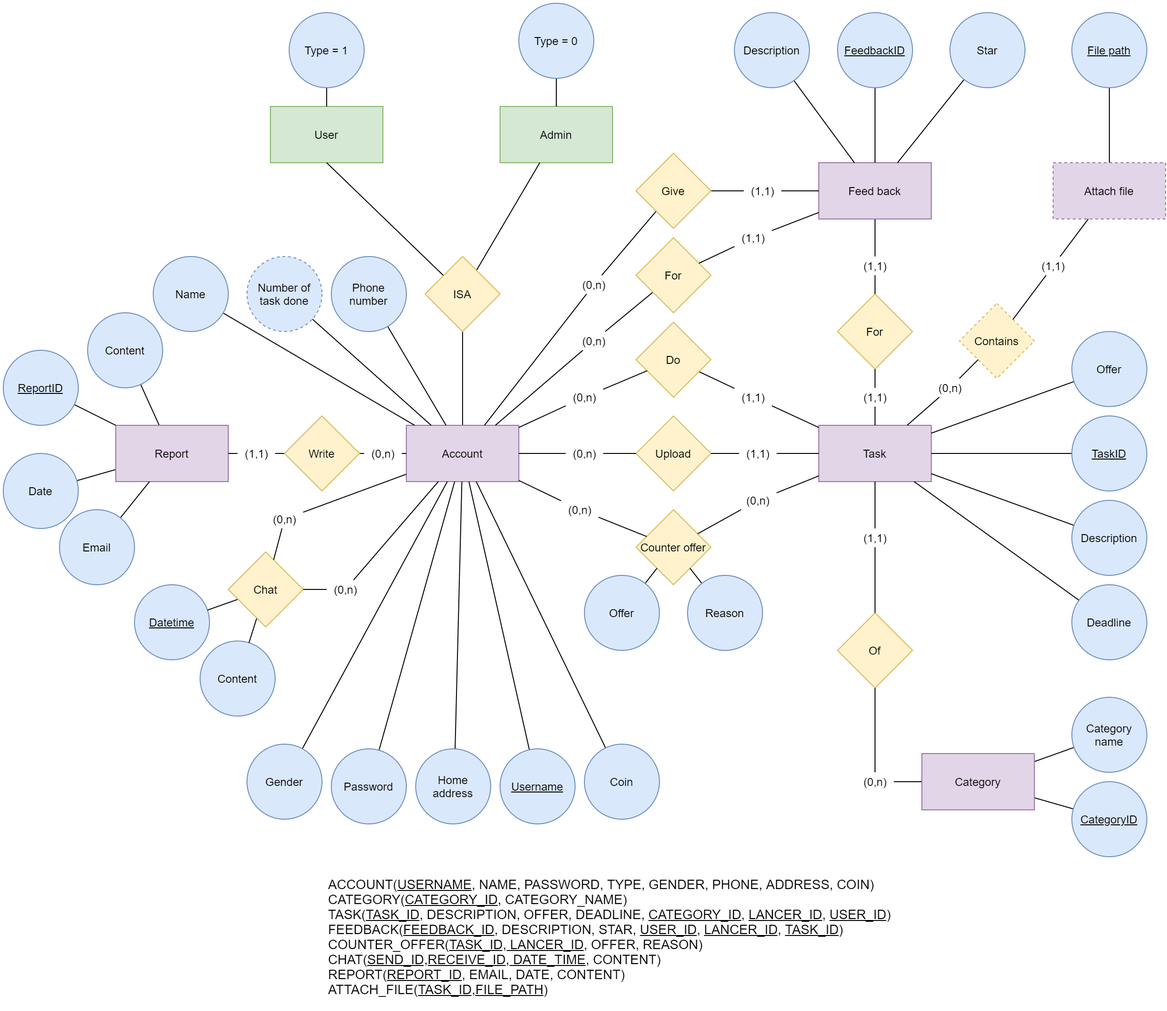
Before: docs/analysis and design/ERD.png, a diagram exported from draw.io (phuc16102001/beekey). Source tidied: cells renumbered, new cells last; positions are measured from the earlier drawing's top-left corner, leaving out a move shared by most shapes.
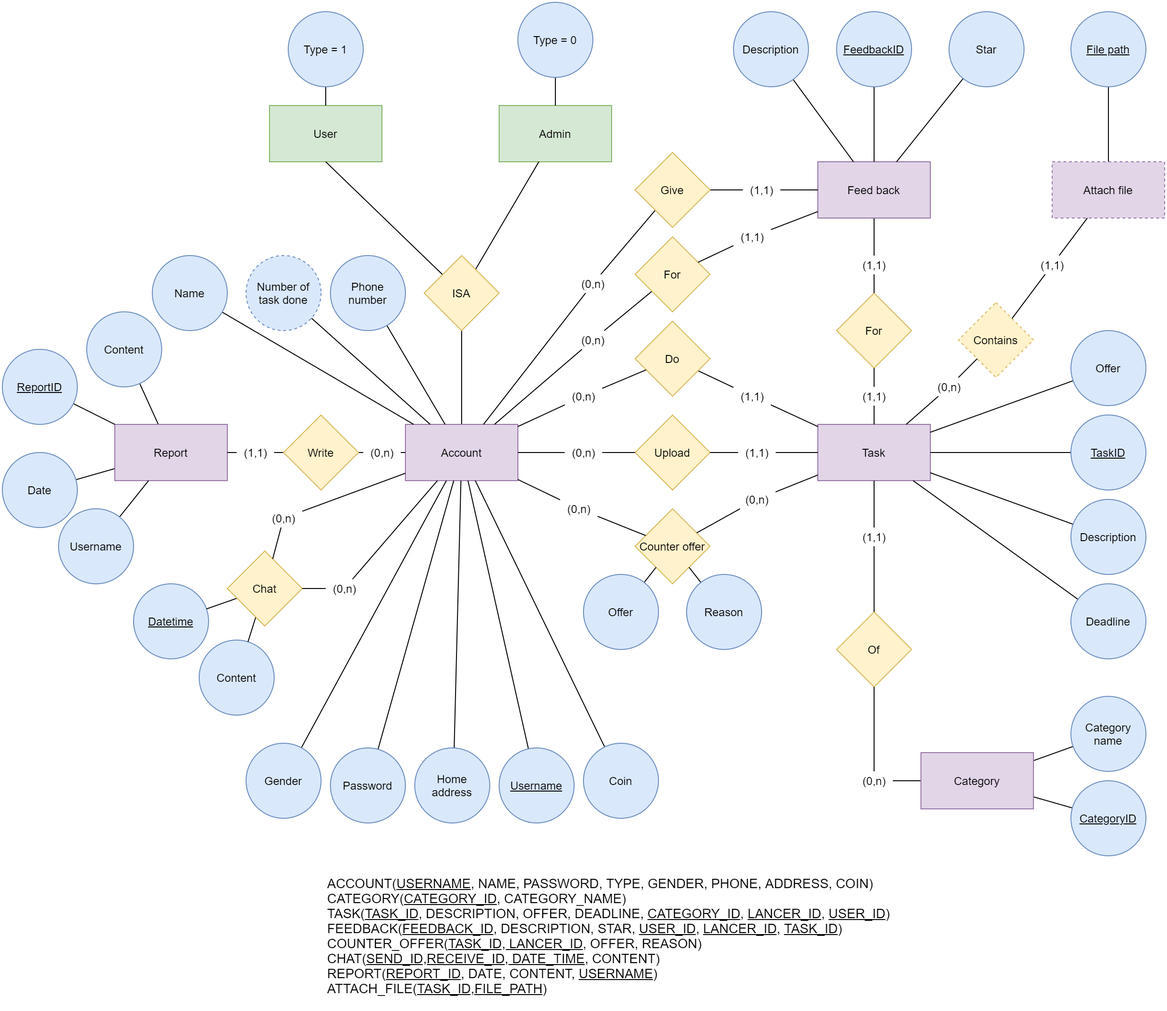
After the commit.

Commit message:
Change field of report database: email->username

What changed in the source:
```diff
@@ -215,7 +215,7 @@
     <mxCell id="72" value="Number of task done" style="ellipse;whiteSpace=wrap;html=1;fillColor=#dae8fc;strokeColor=#6c8ebf;dashed=1;" parent="1" vertex="1">
       <mxGeometry x="260" y="270" width="80" height="80" as="geometry" />
     </mxCell>
-    <mxCell id="73" value="&lt;p style=&quot;font-size: 14px&quot;&gt;&lt;font style=&quot;font-size: 14px&quot;&gt;ACCOUNT(&lt;u&gt;USERNAME&lt;/u&gt;, NAME, PASSWORD, TYPE, GENDER, PHONE, ADDRESS, COIN)&lt;br&gt;&lt;/font&gt;&lt;font style=&quot;font-size: 14px&quot;&gt;CATEGORY(&lt;u&gt;CATEGORY_ID&lt;/u&gt;, CATEGORY_NAME)&lt;br&gt;&lt;/font&gt;&lt;font style=&quot;font-size: 14px&quot;&gt;TASK(&lt;u&gt;TASK_ID&lt;/u&gt;, DESCRIPTION, OFFER, DEADLINE, &lt;u&gt;CATEGORY_ID&lt;/u&gt;, &lt;u&gt;LANCER_ID&lt;/u&gt;, &lt;u&gt;USER_ID&lt;/u&gt;)&lt;br&gt;&lt;/font&gt;&lt;font style=&quot;font-size: 14px&quot;&gt;FEEDBACK(&lt;u&gt;FEEDBACK_ID&lt;/u&gt;, DESCRIPTION, STAR, &lt;u&gt;USER_ID&lt;/u&gt;, &lt;u&gt;LANCER_ID,&lt;/u&gt; &lt;u&gt;TASK_ID&lt;/u&gt;)&lt;br&gt;&lt;/font&gt;&lt;font style=&quot;font-size: 14px&quot;&gt;COUNTER_OFFER(&lt;u&gt;TASK_ID, LANCER_ID&lt;/u&gt;, OFFER, REASON)&lt;br&gt;&lt;/font&gt;CHAT(&lt;u&gt;SEND_ID,RECEIVE_ID, DATE_TIME&lt;/u&gt;, CONTENT)&lt;br&gt;REPORT(&lt;u&gt;REPORT_ID&lt;/u&gt;, EMAIL, DATE, CONTENT)&lt;br&gt;ATTACH_FILE(&lt;u style=&quot;font-family: &amp;#34;helvetica&amp;#34; ; white-space: nowrap&quot;&gt;TASK_ID,FILE_PATH&lt;/u&gt;&lt;span style=&quot;font-family: &amp;#34;helvetica&amp;#34; ; white-space: nowrap&quot;&gt;)&lt;/span&gt;&lt;/p&gt;" style="text;html=1;align=left;verticalAlign=middle;" parent="1" vertex="1">
+    <mxCell id="73" value="&lt;p style=&quot;font-size: 14px&quot;&gt;&lt;font style=&quot;font-size: 14px&quot;&gt;ACCOUNT(&lt;u&gt;USERNAME&lt;/u&gt;, NAME, PASSWORD, TYPE, GENDER, PHONE, ADDRESS, COIN)&lt;br&gt;&lt;/font&gt;&lt;font style=&quot;font-size: 14px&quot;&gt;CATEGORY(&lt;u&gt;CATEGORY_ID&lt;/u&gt;, CATEGORY_NAME)&lt;br&gt;&lt;/font&gt;&lt;font style=&quot;font-size: 14px&quot;&gt;TASK(&lt;u&gt;TASK_ID&lt;/u&gt;, DESCRIPTION, OFFER, DEADLINE, &lt;u&gt;CATEGORY_ID&lt;/u&gt;, &lt;u&gt;LANCER_ID&lt;/u&gt;, &lt;u&gt;USER_ID&lt;/u&gt;)&lt;br&gt;&lt;/font&gt;&lt;font style=&quot;font-size: 14px&quot;&gt;FEEDBACK(&lt;u&gt;FEEDBACK_ID&lt;/u&gt;, DESCRIPTION, STAR, &lt;u&gt;USER_ID&lt;/u&gt;, &lt;u&gt;LANCER_ID,&lt;/u&gt; &lt;u&gt;TASK_ID&lt;/u&gt;)&lt;br&gt;&lt;/font&gt;&lt;font style=&quot;font-size: 14px&quot;&gt;COUNTER_OFFER(&lt;u&gt;TASK_ID, LANCER_ID&lt;/u&gt;, OFFER, REASON)&lt;br&gt;&lt;/font&gt;CHAT(&lt;u&gt;SEND_ID,RECEIVE_ID, DATE_TIME&lt;/u&gt;, CONTENT)&lt;br&gt;REPORT(&lt;u&gt;REPORT_ID&lt;/u&gt;, DATE, CONTENT, &lt;u&gt;USERNAME&lt;/u&gt;)&lt;br&gt;ATTACH_FILE(&lt;u style=&quot;font-family: &amp;#34;helvetica&amp;#34; ; white-space: nowrap&quot;&gt;TASK_ID,FILE_PATH&lt;/u&gt;&lt;span style=&quot;font-family: &amp;#34;helvetica&amp;#34; ; white-space: nowrap&quot;&gt;)&lt;/span&gt;&lt;/p&gt;" style="text;html=1;align=left;verticalAlign=middle;" parent="1" vertex="1">
       <mxGeometry x="345" y="925" width="620" height="140" as="geometry" />
     </mxCell>
     <mxCell id="74" style="edgeStyle=none;rounded=0;jettySize=auto;html=1;endArrow=none;endFill=0;" parent="1" edge="1" source="75" target="55">
@@ -416,7 +416,7 @@
     <mxCell id="139" style="rounded=0;jettySize=auto;html=1;endArrow=none;endFill=0;" parent="1" edge="1" source="140" target="55">
       <mxGeometry relative="1" as="geometry" />
     </mxCell>
-    <mxCell id="140" value="Email" style="ellipse;whiteSpace=wrap;html=1;fontStyle=0;fillColor=#dae8fc;strokeColor=#6c8ebf;" parent="1" vertex="1">
+    <mxCell id="140" value="Username" style="ellipse;whiteSpace=wrap;html=1;fontStyle=0;fillColor=#dae8fc;strokeColor=#6c8ebf;" parent="1" vertex="1">
       <mxGeometry x="60" y="540" width="80" height="80" as="geometry" />
     </mxCell>
   </root>
```
